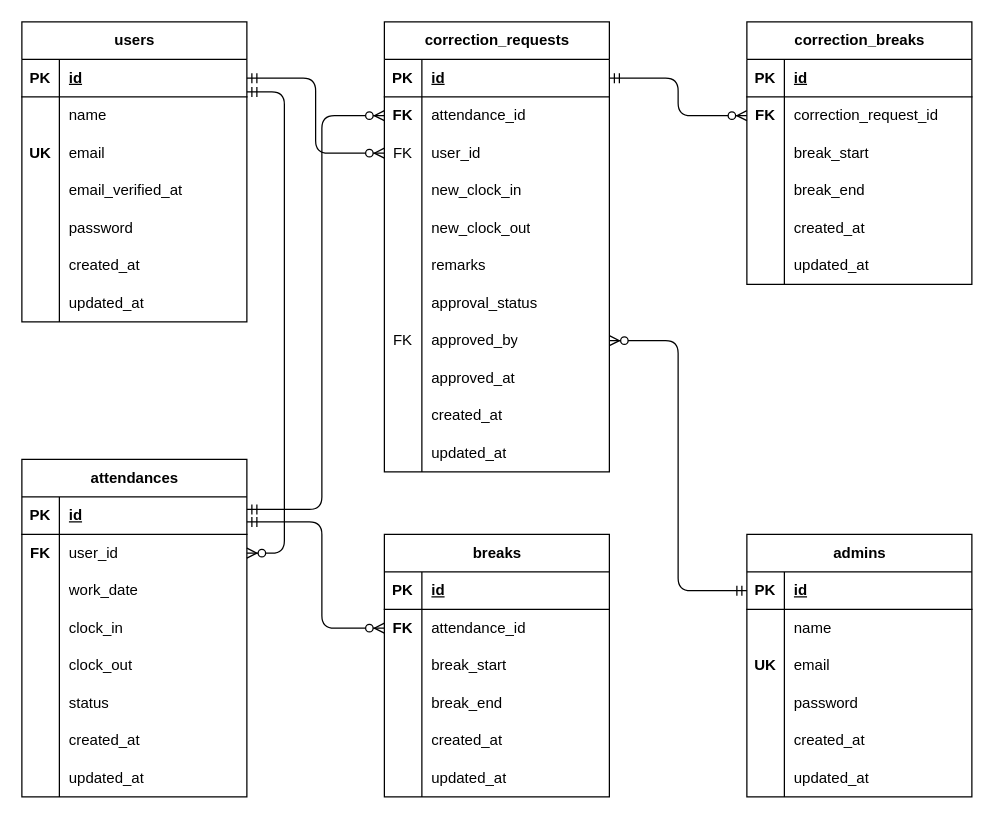
The draw.io diagram ER.drawio in m-sato310/makio-mogi2, before the edit. Source tidied: cells renumbered, new cells numbered last; positions are measured from the earlier drawing's top-left corner, leaving out a move shared by most shapes. Both pictures are drawn from the tidied source at 125%, with x=0, y=0 at pixel (21, 21).
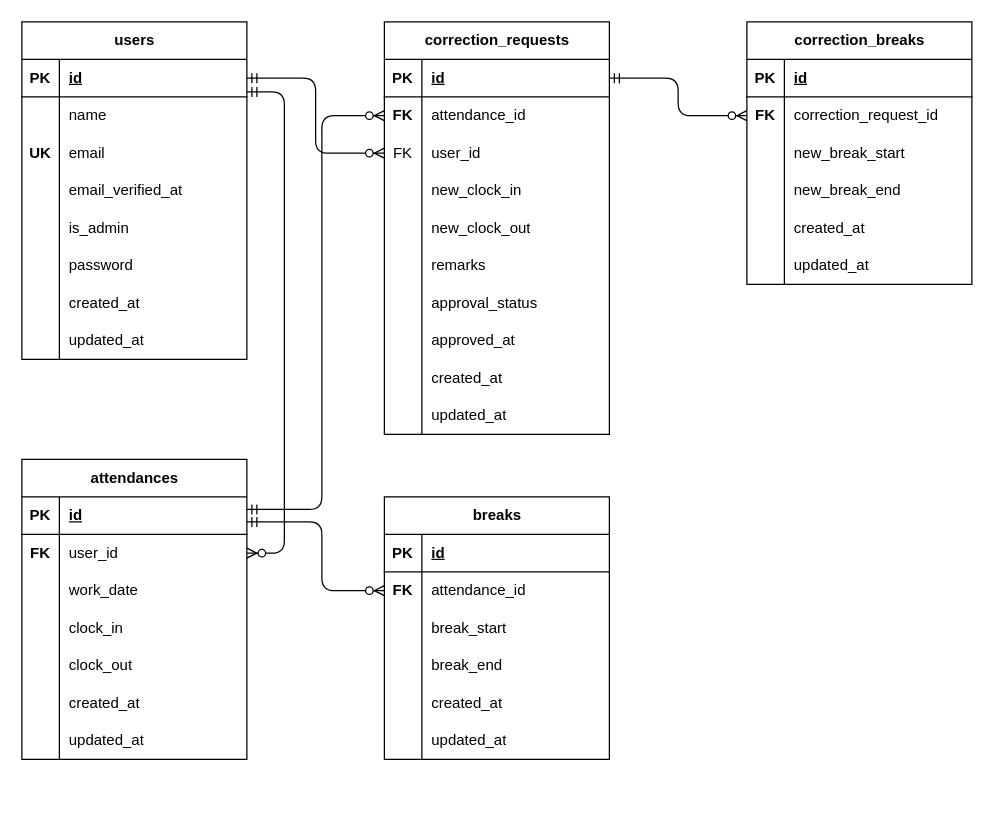
Above is the later version.

Unchanged cells that the change refers to:
```xml
<mxCell id="72" style="shape=tableRow;horizontal=0;startSize=0;swimlaneHead=0;swimlaneBody=0;fillColor=none;points=[[0,0.5],[1,0.5]];portConstraint=eastwest;top=0;left=0;right=0;bottom=0;" parent="68" vertex="1">
  <mxGeometry y="60" width="180" height="30" as="geometry" />
</mxCell>
<mxCell id="128" style="shape=tableRow;horizontal=0;startSize=0;swimlaneHead=0;swimlaneBody=0;fillColor=none;top=0;left=0;right=0;bottom=0;" parent="121" vertex="1">
  <mxGeometry y="90" width="180" height="30" as="geometry" />
</mxCell>
<mxCell id="131" style="shape=tableRow;horizontal=0;startSize=0;swimlaneHead=0;swimlaneBody=0;fillColor=none;top=0;left=0;right=0;bottom=0;" parent="121" vertex="1">
  <mxGeometry y="120" width="180" height="30" as="geometry" />
</mxCell>
```

What changed in the source:
```diff
@@
     <mxCell id="2" value="users" style="shape=table;startSize=30;childLayout=tableLayout;rowLines=0;fontStyle=1;align=center;html=1;" parent="1" vertex="1">
-      <mxGeometry width="180" height="240" as="geometry" />
+      <mxGeometry width="180" height="270" as="geometry" />
     </mxCell>
@@
+    <mxCell id="145" style="shape=tableRow;horizontal=0;startSize=0;swimlaneHead=0;swimlaneBody=0;fillColor=none;top=0;left=0;right=0;bottom=0;" parent="2" vertex="1">
+      <mxGeometry y="150" width="180" height="30" as="geometry" />
+    </mxCell>
+    <mxCell id="146" style="shape=partialRectangle;fillColor=none;top=0;left=0;bottom=0;right=0;overflow=hidden;whiteSpace=wrap;html=1;" parent="145" vertex="1">
+      <mxGeometry width="30" height="30" as="geometry" />
+    </mxCell>
+    <mxCell id="147" value="is_admin" style="shape=partialRectangle;fillColor=none;top=0;left=0;bottom=0;right=0;align=left;spacingLeft=6;overflow=hidden;whiteSpace=wrap;html=1;" parent="145" vertex="1">
+      <mxGeometry x="30" width="150" height="30" as="geometry" />
+    </mxCell>
     <mxCell id="15" style="shape=tableRow;horizontal=0;startSize=0;swimlaneHead=0;swimlaneBody=0;fillColor=none;top=0;left=0;right=0;bottom=0;" parent="2" vertex="1">
-      <mxGeometry y="150" width="180" height="30" as="geometry" />
+      <mxGeometry y="180" width="180" height="30" as="geometry" />
     </mxCell>
@@
     <mxCell id="18" style="shape=tableRow;horizontal=0;startSize=0;swimlaneHead=0;swimlaneBody=0;fillColor=none;top=0;left=0;right=0;bottom=0;" parent="2" vertex="1">
-      <mxGeometry y="180" width="180" height="30" as="geometry" />
+      <mxGeometry y="210" width="180" height="30" as="geometry" />
     </mxCell>
@@
     <mxCell id="21" style="shape=tableRow;horizontal=0;startSize=0;swimlaneHead=0;swimlaneBody=0;fillColor=none;top=0;left=0;right=0;bottom=0;" parent="2" vertex="1">
-      <mxGeometry y="210" width="180" height="30" as="geometry" />
+      <mxGeometry y="240" width="180" height="30" as="geometry" />
     </mxCell>
@@
-    <mxCell id="24" value="admins" style="shape=table;startSize=30;childLayout=tableLayout;rowLines=0;fontStyle=1;align=center;html=1;" parent="1" vertex="1">
-      <mxGeometry x="580" y="410" width="180" height="210" as="geometry" />
-    </mxCell>
-    <mxCell id="25" style="shape=tableRow;horizontal=0;startSize=0;swimlaneHead=0;swimlaneBody=0;fillColor=none;points=[[0,0.5],[1,0.5]];portConstraint=eastwest;top=0;left=0;right=0;bottom=1;" parent="24" vertex="1">
-      <mxGeometry y="30" width="180" height="30" as="geometry" />
-    </mxCell>
-    <mxCell id="26" value="PK" style="shape=partialRectangle;fillColor=none;top=0;left=0;bottom=0;right=0;fontStyle=1;overflow=hidden;whiteSpace=wrap;html=1;" parent="25" vertex="1">
-      <mxGeometry width="30" height="30" as="geometry" />
-    </mxCell>
-    <mxCell id="27" value="id" style="shape=partialRectangle;fillColor=none;top=0;left=0;bottom=0;right=0;align=left;spacingLeft=6;fontStyle=5;overflow=hidden;whiteSpace=wrap;html=1;" parent="25" vertex="1">
-      <mxGeometry x="30" width="150" height="30" as="geometry" />
-    </mxCell>
-    <mxCell id="28" style="shape=tableRow;horizontal=0;startSize=0;swimlaneHead=0;swimlaneBody=0;fillColor=none;top=0;left=0;right=0;bottom=0;" parent="24" vertex="1">
-      <mxGeometry y="60" width="180" height="30" as="geometry" />
-    </mxCell>
-    <mxCell id="29" style="shape=partialRectangle;fillColor=none;top=0;left=0;bottom=0;right=0;overflow=hidden;whiteSpace=wrap;html=1;" parent="28" vertex="1">
-      <mxGeometry width="30" height="30" as="geometry" />
-    </mxCell>
-    <mxCell id="30" value="name" style="shape=partialRectangle;fillColor=none;top=0;left=0;bottom=0;right=0;align=left;spacingLeft=6;overflow=hidden;whiteSpace=wrap;html=1;" parent="28" vertex="1">
-      <mxGeometry x="30" width="150" height="30" as="geometry" />
-    </mxCell>
-    <mxCell id="31" style="shape=tableRow;horizontal=0;startSize=0;swimlaneHead=0;swimlaneBody=0;fillColor=none;top=0;left=0;right=0;bottom=0;" parent="24" vertex="1">
-      <mxGeometry y="90" width="180" height="30" as="geometry" />
-    </mxCell>
-    <mxCell id="32" value="&lt;b&gt;UK&lt;/b&gt;" style="shape=partialRectangle;fillColor=none;top=0;left=0;bottom=0;right=0;overflow=hidden;whiteSpace=wrap;html=1;" parent="31" vertex="1">
-      <mxGeometry width="30" height="30" as="geometry" />
-    </mxCell>
-    <mxCell id="33" value="email" style="shape=partialRectangle;fillColor=none;top=0;left=0;bottom=0;right=0;align=left;spacingLeft=6;overflow=hidden;whiteSpace=wrap;html=1;" parent="31" vertex="1">
-      <mxGeometry x="30" width="150" height="30" as="geometry" />
-    </mxCell>
-    <mxCell id="34" style="shape=tableRow;horizontal=0;startSize=0;swimlaneHead=0;swimlaneBody=0;fillColor=none;top=0;left=0;right=0;bottom=0;" parent="24" vertex="1">
-      <mxGeometry y="120" width="180" height="30" as="geometry" />
-    </mxCell>
-    <mxCell id="35" style="shape=partialRectangle;fillColor=none;top=0;left=0;bottom=0;right=0;overflow=hidden;whiteSpace=wrap;html=1;" parent="34" vertex="1">
-      <mxGeometry width="30" height="30" as="geometry" />
-    </mxCell>
-    <mxCell id="36" value="password" style="shape=partialRectangle;fillColor=none;top=0;left=0;bottom=0;right=0;align=left;spacingLeft=6;overflow=hidden;whiteSpace=wrap;html=1;" parent="34" vertex="1">
-      <mxGeometry x="30" width="150" height="30" as="geometry" />
-    </mxCell>
-    <mxCell id="37" style="shape=tableRow;horizontal=0;startSize=0;swimlaneHead=0;swimlaneBody=0;fillColor=none;top=0;left=0;right=0;bottom=0;" parent="24" vertex="1">
-      <mxGeometry y="150" width="180" height="30" as="geometry" />
-    </mxCell>
-    <mxCell id="38" style="shape=partialRectangle;fillColor=none;top=0;left=0;bottom=0;right=0;overflow=hidden;whiteSpace=wrap;html=1;" parent="37" vertex="1">
-      <mxGeometry width="30" height="30" as="geometry" />
-    </mxCell>
-    <mxCell id="39" value="created_at" style="shape=partialRectangle;fillColor=none;top=0;left=0;bottom=0;right=0;align=left;spacingLeft=6;overflow=hidden;whiteSpace=wrap;html=1;" parent="37" vertex="1">
-      <mxGeometry x="30" width="150" height="30" as="geometry" />
-    </mxCell>
-    <mxCell id="40" style="shape=tableRow;horizontal=0;startSize=0;swimlaneHead=0;swimlaneBody=0;fillColor=none;top=0;left=0;right=0;bottom=0;" parent="24" vertex="1">
-      <mxGeometry y="180" width="180" height="30" as="geometry" />
-    </mxCell>
-    <mxCell id="41" style="shape=partialRectangle;fillColor=none;top=0;left=0;bottom=0;right=0;overflow=hidden;whiteSpace=wrap;html=1;" parent="40" vertex="1">
-      <mxGeometry width="30" height="30" as="geometry" />
-    </mxCell>
-    <mxCell id="42" value="updated_at" style="shape=partialRectangle;fillColor=none;top=0;left=0;bottom=0;right=0;align=left;spacingLeft=6;overflow=hidden;whiteSpace=wrap;html=1;" parent="40" vertex="1">
-      <mxGeometry x="30" width="150" height="30" as="geometry" />
-    </mxCell>
     <mxCell id="43" value="attendances" style="shape=table;startSize=30;childLayout=tableLayout;rowLines=0;fontStyle=1;align=center;html=1;" parent="1" vertex="1">
-      <mxGeometry y="350" width="180" height="270" as="geometry" />
+      <mxGeometry y="350" width="180" height="240" as="geometry" />
     </mxCell>
@@
-    <mxCell id="59" style="shape=tableRow;horizontal=0;startSize=0;swimlaneHead=0;swimlaneBody=0;fillColor=none;top=0;left=0;right=0;bottom=0;" parent="43" vertex="1">
-      <mxGeometry y="180" width="180" height="30" as="geometry" />
-    </mxCell>
-    <mxCell id="60" style="shape=partialRectangle;fillColor=none;top=0;left=0;bottom=0;right=0;overflow=hidden;whiteSpace=wrap;html=1;" parent="59" vertex="1">
-      <mxGeometry width="30" height="30" as="geometry" />
-    </mxCell>
-    <mxCell id="61" value="status" style="shape=partialRectangle;fillColor=none;top=0;left=0;bottom=0;right=0;align=left;spacingLeft=6;overflow=hidden;whiteSpace=wrap;html=1;" parent="59" vertex="1">
-      <mxGeometry x="30" width="150" height="30" as="geometry" />
-    </mxCell>
     <mxCell id="62" style="shape=tableRow;horizontal=0;startSize=0;swimlaneHead=0;swimlaneBody=0;fillColor=none;top=0;left=0;right=0;bottom=0;" parent="43" vertex="1">
-      <mxGeometry y="210" width="180" height="30" as="geometry" />
+      <mxGeometry y="180" width="180" height="30" as="geometry" />
     </mxCell>
@@
     <mxCell id="65" style="shape=tableRow;horizontal=0;startSize=0;swimlaneHead=0;swimlaneBody=0;fillColor=none;top=0;left=0;right=0;bottom=0;" parent="43" vertex="1">
-      <mxGeometry y="240" width="180" height="30" as="geometry" />
+      <mxGeometry y="210" width="180" height="30" as="geometry" />
     </mxCell>
@@
     <mxCell id="68" value="breaks" style="shape=table;startSize=30;childLayout=tableLayout;rowLines=0;fontStyle=1;align=center;html=1;" parent="1" vertex="1">
-      <mxGeometry x="290" y="410" width="180" height="210" as="geometry" />
+      <mxGeometry x="290" y="380" width="180" height="210" as="geometry" />
     </mxCell>
@@
     <mxCell id="87" value="correction_requests" style="shape=table;startSize=30;childLayout=tableLayout;rowLines=0;fontStyle=1;align=center;html=1;" parent="1" vertex="1">
-      <mxGeometry x="290" width="180" height="360" as="geometry" />
+      <mxGeometry x="290" width="180" height="330" as="geometry" />
     </mxCell>
@@
-    <mxCell id="109" style="shape=tableRow;horizontal=0;startSize=0;swimlaneHead=0;swimlaneBody=0;fillColor=none;points=[[0,0.5],[1,0.5]];portConstraint=eastwest;top=0;left=0;right=0;bottom=0;" parent="87" vertex="1">
-      <mxGeometry y="240" width="180" height="30" as="geometry" />
-    </mxCell>
-    <mxCell id="110" value="FK" style="shape=partialRectangle;fillColor=none;top=0;left=0;bottom=0;right=0;overflow=hidden;whiteSpace=wrap;html=1;" parent="109" vertex="1">
-      <mxGeometry width="30" height="30" as="geometry" />
-    </mxCell>
-    <mxCell id="111" value="approved_by" style="shape=partialRectangle;fillColor=none;top=0;left=0;bottom=0;right=0;align=left;spacingLeft=6;overflow=hidden;whiteSpace=wrap;html=1;" parent="109" vertex="1">
-      <mxGeometry x="30" width="150" height="30" as="geometry" />
-    </mxCell>
     <mxCell id="112" style="shape=tableRow;horizontal=0;startSize=0;swimlaneHead=0;swimlaneBody=0;fillColor=none;top=0;left=0;right=0;bottom=0;" parent="87" vertex="1">
-      <mxGeometry y="270" width="180" height="30" as="geometry" />
+      <mxGeometry y="240" width="180" height="30" as="geometry" />
     </mxCell>
@@
     <mxCell id="115" style="shape=tableRow;horizontal=0;startSize=0;swimlaneHead=0;swimlaneBody=0;fillColor=none;top=0;left=0;right=0;bottom=0;" parent="87" vertex="1">
-      <mxGeometry y="300" width="180" height="30" as="geometry" />
+      <mxGeometry y="270" width="180" height="30" as="geometry" />
     </mxCell>
@@
     <mxCell id="118" style="shape=tableRow;horizontal=0;startSize=0;swimlaneHead=0;swimlaneBody=0;fillColor=none;top=0;left=0;right=0;bottom=0;" parent="87" vertex="1">
-      <mxGeometry y="330" width="180" height="30" as="geometry" />
+      <mxGeometry y="300" width="180" height="30" as="geometry" />
     </mxCell>
@@
-    <mxCell id="130" value="break_start" style="shape=partialRectangle;fillColor=none;top=0;left=0;bottom=0;right=0;align=left;spacingLeft=6;overflow=hidden;whiteSpace=wrap;html=1;" parent="128" vertex="1">
+    <mxCell id="130" value="new_break_start" style="shape=partialRectangle;fillColor=none;top=0;left=0;bottom=0;right=0;align=left;spacingLeft=6;overflow=hidden;whiteSpace=wrap;html=1;" parent="128" vertex="1">
       <mxGeometry x="30" width="150" height="30" as="geometry" />
     </mxCell>
@@
-    <mxCell id="133" value="break_end" style="shape=partialRectangle;fillColor=none;top=0;left=0;bottom=0;right=0;align=left;spacingLeft=6;overflow=hidden;whiteSpace=wrap;html=1;" parent="131" vertex="1">
+    <mxCell id="133" value="new_break_end" style="shape=partialRectangle;fillColor=none;top=0;left=0;bottom=0;right=0;align=left;spacingLeft=6;overflow=hidden;whiteSpace=wrap;html=1;" parent="131" vertex="1">
       <mxGeometry x="30" width="150" height="30" as="geometry" />
     </mxCell>
@@
-    <mxCell id="141" style="edgeStyle=elbowEdgeStyle;fontSize=12;html=1;endArrow=ERzeroToMany;startArrow=ERmandOne;entryX=0;entryY=0.5;entryDx=0;entryDy=0;" parent="1" edge="1">
+    <mxCell id="141" style="edgeStyle=elbowEdgeStyle;fontSize=12;html=1;endArrow=ERzeroToMany;startArrow=ERmandOne;entryX=0;entryY=0.5;entryDx=0;entryDy=0;" parent="1" edge="1" target="72">
       <mxGeometry relative="1" as="geometry">
         <mxPoint x="180" y="400" as="sourcePoint" />
-        <mxPoint x="290" y="485" as="targetPoint" />
         <Array as="points">
           <mxPoint x="240" y="440" />
         </Array>
       </mxGeometry>
     </mxCell>
@@
-    <mxCell id="145" style="edgeStyle=elbowEdgeStyle;fontSize=12;html=1;endArrow=ERzeroToMany;startArrow=ERmandOne;entryX=1;entryY=0.5;entryDx=0;entryDy=0;exitX=0;exitY=0.5;exitDx=0;exitDy=0;" parent="1" edge="1" source="25" target="109">
-      <mxGeometry relative="1" as="geometry" />
-    </mxCell>
```
